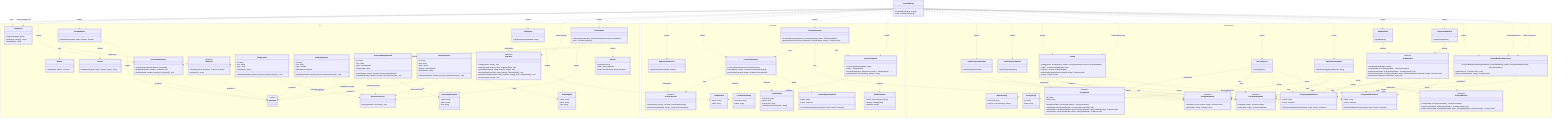
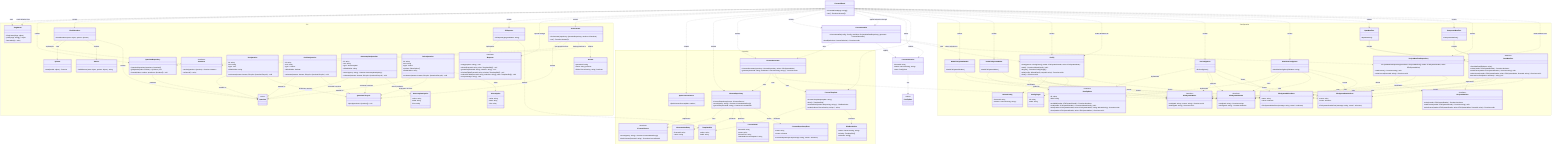
classDiagram
  direction TB

  class LicenseWizard {
    +LicenseWizard(args: string[])
    +run() Promise~Answer[]~
+   }
+ 
+   class LicenseInstaller {
+     +LicenseInstaller(config: Config, manifests: ProjectManifestRepository, generator: LicenseGenerator)
+     +install(selection: LicenseSelection) Promise~void~
+   }
+ 
+   class LicenseSelection {
+     +licenseId: string
+     +tokens: Record~string, string~
+     +save: ConfigSave
+   }
+ 
+   class ConfigSave {
+     <<union>>
  }

  namespace CLI {
    class FlagParser {
      +FlagParser(flags: object)
      +parse(args: string[]) object
      +formatHelp() string
    }

    class Orchestrator {
      +Orchestrator(repository: QuestionRepository, renderer: IRenderer)
      +run() Promise~Answer[]~
    }

    class IRenderer {
      <<interface>>
      +render(question: Question) Promise~Answer~
      +onCancel() string
    }

    class ClackRenderer {
      +ClackRenderer(meta: object, spinner: Spinner)
    }

    class IReporter {
      <<interface>>
      +usage(options: string) void
      +tokens(licenseId: string, slots: TemplateSlot[]) void
      +generated(licenseId: string, savedTo: string) void
      +missingFields(licenseId: string, missing: TemplateSlot[]) void
      +unknownFields(licenseId: string, unknown: string[], slots: TemplateSlot[]) void
      +error(message: string) void
    }

    class CliReporter {
      +CliReporter(programName: string)
    }

    class Banner {
      +buildBanner(meta: object, options: object) string
    }

    class Spinner {
      +start(handle: object) Function
    }

    class QuestionRepository {
      +QuestionRepository(questions: Question[])
      +getByIndex(index: number) Question | null
      +insertAt(index: number, questions: Question[]) void
    }

    class QuestionLifecycle {
      +inject(questions: Question[]) void
    }

    class Question {
      <<union>>
    }

    class TextQuestion {
      +id: string
      +text: string
      +type: "text"
      +defaultValue: string
      +onAnswer(answer: Answer, lifecycle: QuestionLifecycle) void
    }

    class ConfirmQuestion {
      +id: string
      +text: string
      +type: "confirm"
      +defaultValue: boolean
      +onAnswer(answer: Answer, lifecycle: QuestionLifecycle) void
    }

    class AutocompleteQuestion {
      +id: string
      +text: string
      +type: "autocomplete"
      +defaultValue: string
      +search(query: string) Promise~AutocompleteOption[]~
      +onAnswer(answer: Answer, lifecycle: QuestionLifecycle) void
    }

    class AutocompleteOption {
      +value: string
      +label: string
      +hint: string
    }

    class SelectQuestion {
      +id: string
      +text: string
      +type: "select"
      +options: SelectOption[]
      +defaultValue: string
      +onAnswer(answer: Answer, lifecycle: QuestionLifecycle) void
    }

    class SelectOption {
      +value: string
      +label: string
      +hint: string
    }

    class Answer {
      +questionId: string
      +value: string | boolean
      +fields: Record~string, string | boolean~
    }
  }

  namespace Licensing {
    class LicenseRepository {
      +LicenseRepository(source: ILicenseSource)
      +search(query: string) Promise~LicenseIndexEntry[]~
      +getLicense(licenseId: string) Promise~LicenseDetail~
    }

    class LicenseRepositoryError {
      +name: string
      +cause: unknown
      +LicenseRepositoryError(message: string, cause?: unknown)
    }

    class ILicenseSource {
      <<interface>>
      +search(query: string) Promise~LicenseIndexEntry[]~
      +fetchLicense(licenseId: string) Promise~LicenseDetail~
    }

    class SpdxLicenseSource {
      +SpdxLicenseSource(ttlMs: number)
    }

    class LicenseIndexEntry {
      +licenseId: string
      +name: string
    }

    class LicenseDetail {
      +licenseId: string
      +name: string
      +licenseText: string
      +standardLicenseTemplate?: string
    }

    class LicenseTemplate {
      +LicenseTemplate(template: string)
      +slots() TemplateSlot[]
      +resolveSlots(entries: Map~string, string~) SlotResolution
      +render(values: Record~string, string~) string
    }

    class TemplateSlot {
      +token: string
      +label: string
    }

    class SlotResolution {
      +values: Record~string, string~
      +missing: TemplateSlot[]
      +unknown: string[]
    }

    class LicenseGenerator {
      +LicenseGenerator(repository: LicenseRepository, writer: IFileSystemWriter)
      +generate(licenseId: string, slotValues?: Record~string, string~) Promise~void~
    }
  }

  namespace Configuration {
    class IFileSystemReader {
      <<interface>>
      +read(path: string) Promise~string~
      +exists(path: string) Promise~boolean~
    }

    class IFileSystemWriter {
      <<interface>>
      +write(path: string, content: string) Promise~void~
      +delete(path: string) Promise~void~
    }

    class NodeFileSystemReader {
      +NodeFileSystemReader()
    }

    class NodeFileSystemWriter {
      +NodeFileSystemWriter()
    }

    class FileSystemReaderError {
      +name: string
      +cause: unknown
      +FileSystemReaderError(message: string, cause?: unknown)
    }

    class FileSystemWriterError {
      +name: string
      +cause: unknown
      +FileSystemWriterError(message: string, cause?: unknown)
    }

    class WizardConfig {
      +licenseId: string
      +tokens?: Record~string, string~
    }

    class ConfigTarget {
      +id: string
      +label: string
    }

    class IConfigStore {
      <<interface>>
      +id: string
      +label: string
      +available(reader: IFileSystemReader) Promise~boolean~
      +read(reader: IFileSystemReader) Promise~WizardConfig | null~
      +write(reader: IFileSystemReader, writer: IFileSystemWriter, config: WizardConfig) Promise~void~
      +clear(reader: IFileSystemReader, writer: IFileSystemWriter) Promise~void~
    }

    class RcConfigStore {
      +RcConfigStore()
    }

    class ManifestConfigStore {
      +ManifestConfigStore(fileName: string)
    }

    class Config {
      +Config(stores: IConfigStore[], reader: IFileSystemReader, writer: IFileSystemWriter)
      +read() Promise~WizardConfig | null~
      +targets() Promise~ConfigTarget[]~
      +write(config: WizardConfig, targetId: string) Promise~void~
      +clear() Promise~void~
    }

    class IProjectManifest {
      <<interface>>
      +exists(reader: IFileSystemReader) Promise~boolean~
      +readLicense(reader: IFileSystemReader) Promise~string | null~
      +writeLicense(reader: IFileSystemReader, writer: IFileSystemWriter, licenseId: string) Promise~void~
    }

    class JsonManifest {
      <<abstract>>
      +JsonManifest(fileName: string)
      +exists(reader: IFileSystemReader) Promise~boolean~
      +readLicense(reader: IFileSystemReader) Promise~string | null~
      +writeLicense(reader: IFileSystemReader, writer: IFileSystemWriter, licenseId: string) Promise~void~
      #extractLicenseId(value: unknown)* string | null
    }

    class NpmManifest {
      +NpmManifest()
    }

    class ComposerManifest {
      +ComposerManifest()
    }

    class ProjectManifestRepository {
      +ProjectManifestRepository(manifests: IProjectManifest[], reader: IFileSystemReader, writer: IFileSystemWriter)
      +readLicense() Promise~string | null~
      +writeLicense(licenseId: string) Promise~void~
    }
  }

  TextQuestion ..|> Question : member of
  ConfirmQuestion ..|> Question : member of
  AutocompleteQuestion ..|> Question : member of
  SelectQuestion ..|> Question : member of
  TextQuestion ..> QuestionLifecycle : onAnswer receives
  ConfirmQuestion ..> QuestionLifecycle : onAnswer receives
  AutocompleteQuestion ..> QuestionLifecycle : onAnswer receives
  SelectQuestion ..> QuestionLifecycle : onAnswer receives
  SelectQuestion ..> SelectOption : offers
  Orchestrator ..> QuestionLifecycle : creates
  ClackRenderer ..|> IRenderer : implements
  ClackRenderer ..> Spinner : uses
  ClackRenderer ..> Banner : renders
  CliReporter ..|> IReporter : implements
  CliReporter ..> TemplateSlot : renders
  LicenseWizard ..> FlagParser : uses
  LicenseWizard ..> FlagParser : reads defaults from
  LicenseWizard ..> QuestionRepository : creates
  LicenseWizard ..> ClackRenderer : creates
  LicenseWizard ..> CliReporter : creates
  LicenseWizard ..> IReporter : reports through
  LicenseWizard ..> Orchestrator : creates
  LicenseWizard ..> SpdxLicenseSource : creates
  LicenseWizard ..> LicenseRepository : creates
  LicenseWizard ..> LicenseGenerator : creates
+   LicenseWizard ..> LicenseInstaller : creates
+   LicenseWizard ..> LicenseInstaller : applies selection through
+   LicenseWizard ..> LicenseSelection : builds
+   LicenseInstaller ..> Config : uses
+   LicenseInstaller ..> ProjectManifestRepository : writes selection to
+   LicenseInstaller ..> LicenseGenerator : uses
+   LicenseInstaller ..> LicenseSelection : applies
+   LicenseSelection ..> ConfigSave : has
  Orchestrator ..> QuestionRepository : gets questions from
  Orchestrator ..> IRenderer : feeds questions to
  ClackRenderer ..> Question : renders
  QuestionRepository ..> Question : produces
  AutocompleteQuestion ..> AutocompleteOption : search produces
  Orchestrator ..> Answer : collects
  SpdxLicenseSource ..|> ILicenseSource : implements
  LicenseRepository ..> ILicenseSource : uses
  LicenseRepository ..> LicenseIndexEntry : produces
  LicenseRepository ..> LicenseDetail : produces
  LicenseRepository ..> LicenseRepositoryError : throws
  LicenseGenerator ..> LicenseRepository : uses
  LicenseGenerator ..> IFileSystemWriter : uses
  LicenseGenerator ..> LicenseTemplate : uses
  LicenseTemplate ..> TemplateSlot : produces
  LicenseTemplate ..> SlotResolution : produces
  LicenseWizard ..> LicenseTemplate : creates
  NodeFileSystemReader ..|> IFileSystemReader : implements
  NodeFileSystemWriter ..|> IFileSystemWriter : implements
  NodeFileSystemReader ..> FileSystemReaderError : throws
  NodeFileSystemWriter ..> FileSystemWriterError : throws
  Config ..> IConfigStore : coordinates
  Config ..> IFileSystemReader : uses
  Config ..> IFileSystemWriter : uses
  Config ..> WizardConfig : produces
  Config ..> ConfigTarget : produces
  Config ..> FileSystemWriterError : throws
  RcConfigStore ..|> IConfigStore : implements
  ManifestConfigStore ..|> IConfigStore : implements
  RcConfigStore ..> IFileSystemReader : uses
  RcConfigStore ..> IFileSystemWriter : uses
  RcConfigStore ..> FileSystemReaderError : throws
  RcConfigStore ..> FileSystemWriterError : throws
  ManifestConfigStore ..> IFileSystemReader : uses
  ManifestConfigStore ..> IFileSystemWriter : uses
  ManifestConfigStore ..> FileSystemReaderError : throws
  ManifestConfigStore ..> FileSystemWriterError : throws
  JsonManifest ..|> IProjectManifest : implements
  NpmManifest --|> JsonManifest : extends
  ComposerManifest --|> JsonManifest : extends
  JsonManifest ..> IFileSystemReader : uses
  JsonManifest ..> IFileSystemWriter : uses
  JsonManifest ..> FileSystemReaderError : throws
  JsonManifest ..> FileSystemWriterError : throws
  ProjectManifestRepository ..> IProjectManifest : coordinates
  ProjectManifestRepository ..> IFileSystemReader : uses
  ProjectManifestRepository ..> IFileSystemWriter : uses
  LicenseWizard ..> NodeFileSystemReader : creates
  LicenseWizard ..> NodeFileSystemWriter : creates
  LicenseWizard ..> Config : creates
  LicenseWizard ..> Config : reads defaults from
  LicenseWizard ..> RcConfigStore : creates
  LicenseWizard ..> ManifestConfigStore : creates
  LicenseWizard ..> NpmManifest : creates
  LicenseWizard ..> ComposerManifest : creates
  LicenseWizard ..> ProjectManifestRepository : creates
  LicenseWizard ..> ProjectManifestRepository : reads defaults from
-   LicenseWizard ..> ProjectManifestRepository : writes selection to
